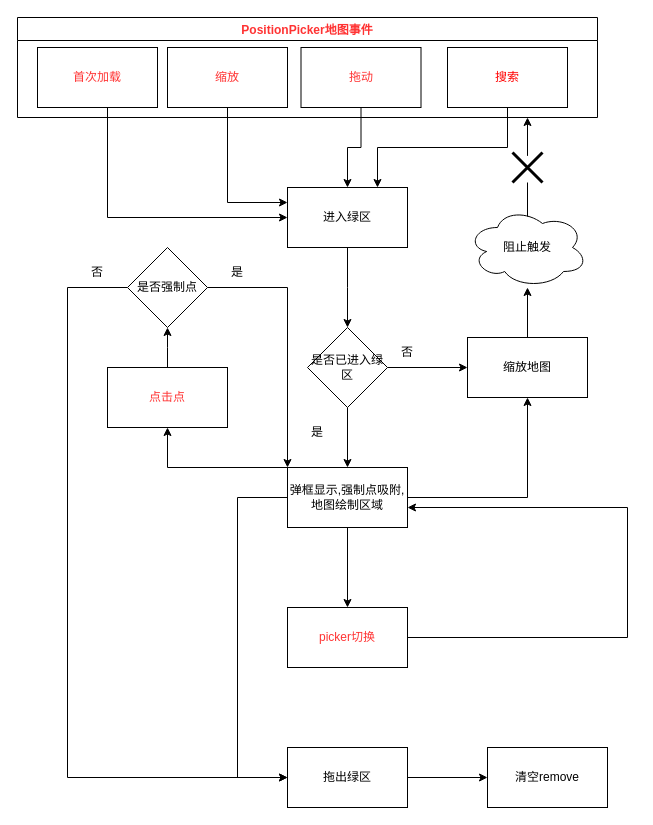
Above: 绿区流程图.drawio in Alan1034/heycars_h5 (draw.io), before the change. Source tidied: cells renumbered, new cells numbered last; positions are measured from the earlier drawing's top-left corner, leaving out a move shared by most shapes. Both pictures are drawn from the tidied source at 100%, with x=0, y=0 at pixel (17, 17).
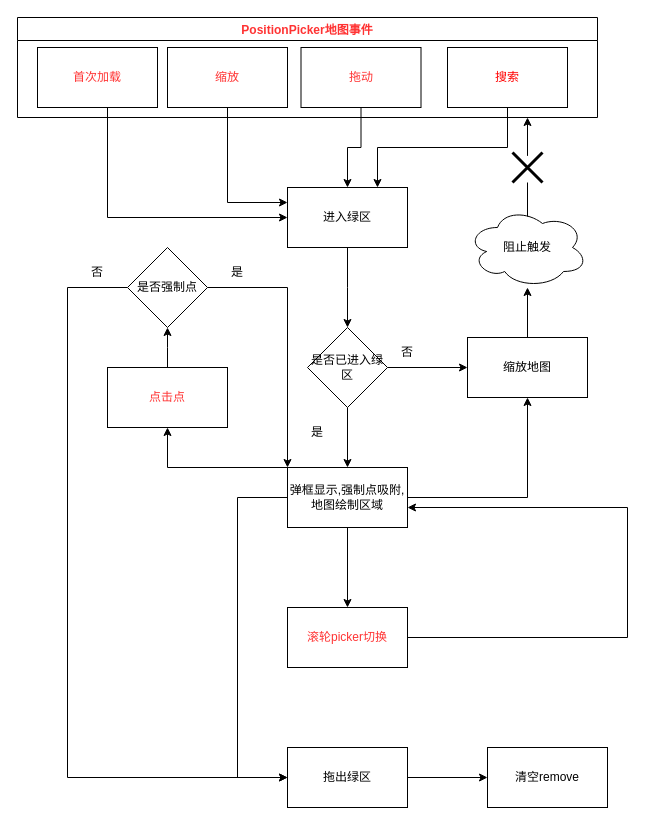
After the change.

Commit message:
Update 绿区流程图.drawio

Diff of the diagram source:
```diff
@@
-    <mxCell id="21" value="&lt;font color=&quot;#ff3333&quot;&gt;picker切换&lt;/font&gt;" style="rounded=0;whiteSpace=wrap;html=1;" parent="1" vertex="1">
+    <mxCell id="21" value="&lt;font color=&quot;#ff3333&quot;&gt;滚轮picker切换&lt;/font&gt;" style="rounded=0;whiteSpace=wrap;html=1;" parent="1" vertex="1">
       <mxGeometry x="270" y="590" width="120" height="60" as="geometry" />
     </mxCell>
```
